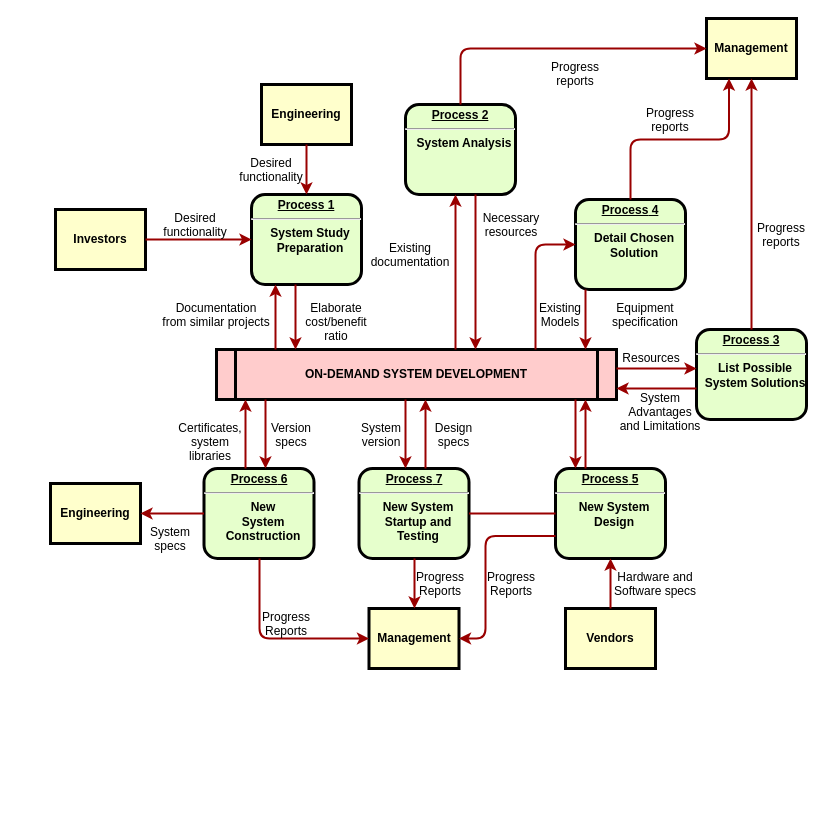
The draw.io diagram Untitled Diagram.drawio in phayo/zipper, before the edit. Source tidied: cells renumbered, new cells numbered last; positions are measured from the earlier drawing's top-left corner, leaving out a move shared by most shapes. Both pictures are drawn from the tidied source at 100%, with x=0, y=0 at pixel (50, 18).
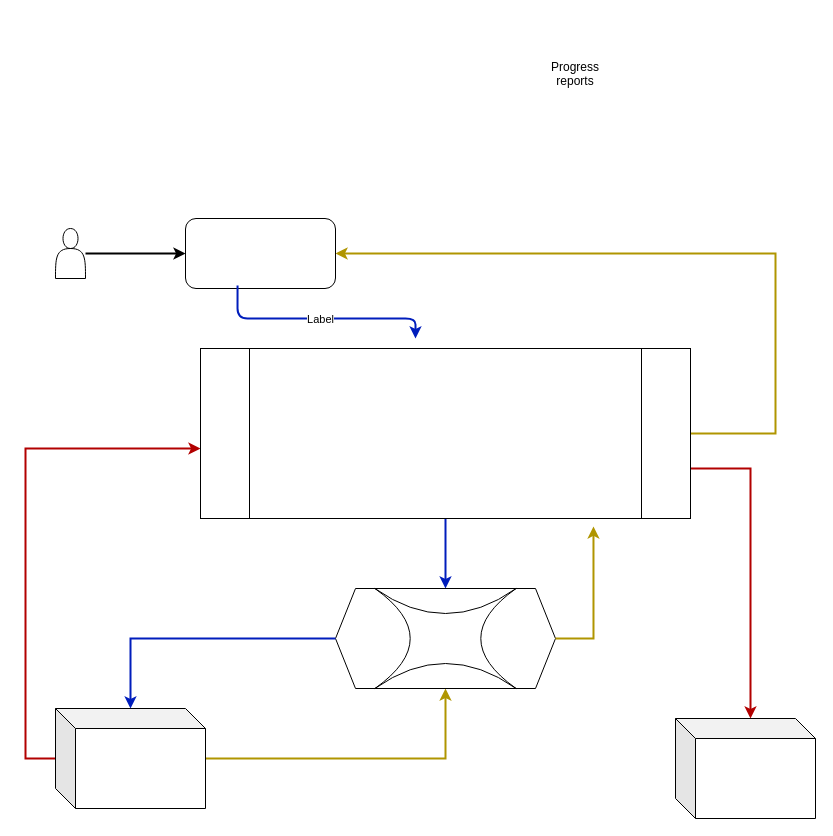
After the change.

Commit message:
Card Payment Proccess.drawio

The edit, as a diff of the source:
```diff
@@
-    <mxCell id="2" value="&lt;p style=&quot;margin: 0px; margin-top: 4px; text-align: center; text-decoration: underline;&quot;&gt;&lt;strong&gt;Process 1&lt;br /&gt;&lt;/strong&gt;&lt;/p&gt;&lt;hr /&gt;&lt;p style=&quot;margin: 0px; margin-left: 8px;&quot;&gt;System Study&lt;/p&gt;&lt;p style=&quot;margin: 0px; margin-left: 8px;&quot;&gt;Preparation&lt;/p&gt;" style="verticalAlign=middle;align=center;overflow=fill;fontSize=12;fontFamily=Helvetica;html=1;rounded=1;fontStyle=1;strokeWidth=3;fillColor=#E6FFCC;" parent="1" vertex="1">
-      <mxGeometry x="201" y="176" width="110" height="90" as="geometry" />
-    </mxCell>
-    <mxCell id="3" value="Engineering" style="whiteSpace=wrap;align=center;verticalAlign=middle;fontStyle=1;strokeWidth=3;fillColor=#FFFFCC;" parent="1" vertex="1">
-      <mxGeometry x="211" y="66" width="90" height="60" as="geometry" />
-    </mxCell>
-    <mxCell id="4" value="Investors" style="whiteSpace=wrap;align=center;verticalAlign=middle;fontStyle=1;strokeWidth=3;fillColor=#FFFFCC;" parent="1" vertex="1">
-      <mxGeometry x="5" y="191" width="90" height="60" as="geometry" />
-    </mxCell>
-    <mxCell id="5" value="ON-DEMAND SYSTEM DEVELOPMENT" style="shape=process;whiteSpace=wrap;align=center;verticalAlign=middle;size=0.0475;fontStyle=1;strokeWidth=3;fillColor=#FFCCCC;" parent="1" vertex="1">
-      <mxGeometry x="166" y="331" width="400" height="50" as="geometry" />
-    </mxCell>
-    <mxCell id="6" value="&lt;p style=&quot;margin: 0px; margin-top: 4px; text-align: center; text-decoration: underline;&quot;&gt;&lt;strong&gt;Process 2&lt;br /&gt;&lt;/strong&gt;&lt;/p&gt;&lt;hr /&gt;&lt;p style=&quot;margin: 0px; margin-left: 8px;&quot;&gt;System Analysis&lt;/p&gt;" style="verticalAlign=middle;align=center;overflow=fill;fontSize=12;fontFamily=Helvetica;html=1;rounded=1;fontStyle=1;strokeWidth=3;fillColor=#E6FFCC;" parent="1" vertex="1">
-      <mxGeometry x="355" y="86" width="110" height="90" as="geometry" />
-    </mxCell>
-    <mxCell id="7" value="&lt;p style=&quot;margin: 0px; margin-top: 4px; text-align: center; text-decoration: underline;&quot;&gt;&lt;strong&gt;&lt;strong&gt;Process&lt;/strong&gt; 3&lt;br /&gt;&lt;/strong&gt;&lt;/p&gt;&lt;hr /&gt;&lt;p style=&quot;margin: 0px; margin-left: 8px;&quot;&gt;List Possible&lt;/p&gt;&lt;p style=&quot;margin: 0px; margin-left: 8px;&quot;&gt;System Solutions&lt;/p&gt;" style="verticalAlign=middle;align=center;overflow=fill;fontSize=12;fontFamily=Helvetica;html=1;rounded=1;fontStyle=1;strokeWidth=3;fillColor=#E6FFCC;" parent="1" vertex="1">
-      <mxGeometry x="646" y="311" width="110" height="90" as="geometry" />
-    </mxCell>
-    <mxCell id="8" value="&lt;p style=&quot;margin: 0px; margin-top: 4px; text-align: center; text-decoration: underline;&quot;&gt;&lt;strong&gt;&lt;strong&gt;Process&lt;/strong&gt; 4&lt;br /&gt;&lt;/strong&gt;&lt;/p&gt;&lt;hr /&gt;&lt;p style=&quot;margin: 0px; margin-left: 8px;&quot;&gt;Detail Chosen&lt;/p&gt;&lt;p style=&quot;margin: 0px; margin-left: 8px;&quot;&gt;Solution&lt;/p&gt;" style="verticalAlign=middle;align=center;overflow=fill;fontSize=12;fontFamily=Helvetica;html=1;rounded=1;fontStyle=1;strokeWidth=3;fillColor=#E6FFCC;" parent="1" vertex="1">
-      <mxGeometry x="525" y="181" width="110" height="90" as="geometry" />
-    </mxCell>
-    <mxCell id="9" value="&lt;p style=&quot;margin: 0px; margin-top: 4px; text-align: center; text-decoration: underline;&quot;&gt;&lt;strong&gt;&lt;strong&gt;Process&lt;/strong&gt; 5&lt;br /&gt;&lt;/strong&gt;&lt;/p&gt;&lt;hr /&gt;&lt;p style=&quot;margin: 0px; margin-left: 8px;&quot;&gt;New System&lt;/p&gt;&lt;p style=&quot;margin: 0px; margin-left: 8px;&quot;&gt;Design&lt;/p&gt;" style="verticalAlign=middle;align=center;overflow=fill;fontSize=12;fontFamily=Helvetica;html=1;rounded=1;fontStyle=1;strokeWidth=3;fillColor=#E6FFCC;" parent="1" vertex="1">
-      <mxGeometry x="505" y="450" width="110" height="90" as="geometry" />
-    </mxCell>
-    <mxCell id="10" value="&lt;p style=&quot;margin: 0px; margin-top: 4px; text-align: center; text-decoration: underline;&quot;&gt;&lt;strong&gt;&lt;strong&gt;Process&lt;/strong&gt; 6&lt;br /&gt;&lt;/strong&gt;&lt;/p&gt;&lt;hr /&gt;&lt;p style=&quot;margin: 0px; margin-left: 8px;&quot;&gt;New&lt;/p&gt;&lt;p style=&quot;margin: 0px; margin-left: 8px;&quot;&gt;System&lt;/p&gt;&lt;p style=&quot;margin: 0px; margin-left: 8px;&quot;&gt;Construction&lt;/p&gt;" style="verticalAlign=middle;align=center;overflow=fill;fontSize=12;fontFamily=Helvetica;html=1;rounded=1;fontStyle=1;strokeWidth=3;fillColor=#E6FFCC;" parent="1" vertex="1">
-      <mxGeometry x="153.5" y="450" width="110" height="90" as="geometry" />
-    </mxCell>
-    <mxCell id="11" value="Management" style="whiteSpace=wrap;align=center;verticalAlign=middle;fontStyle=1;strokeWidth=3;fillColor=#FFFFCC;" parent="1" vertex="1">
-      <mxGeometry x="656" width="90" height="60" as="geometry" />
-    </mxCell>
-    <mxCell id="12" value="Management" style="whiteSpace=wrap;align=center;verticalAlign=middle;fontStyle=1;strokeWidth=3;fillColor=#FFFFCC;" parent="1" vertex="1">
-      <mxGeometry x="318.5" y="590" width="90" height="60" as="geometry" />
-    </mxCell>
-    <mxCell id="13" value="Engineering" style="whiteSpace=wrap;align=center;verticalAlign=middle;fontStyle=1;strokeWidth=3;fillColor=#FFFFCC;" parent="1" vertex="1">
-      <mxGeometry y="465" width="90" height="60" as="geometry" />
-    </mxCell>
-    <mxCell id="14" value="Vendors" style="whiteSpace=wrap;align=center;verticalAlign=middle;fontStyle=1;strokeWidth=3;fillColor=#FFFFCC;" parent="1" vertex="1">
-      <mxGeometry x="515" y="590" width="90" height="60" as="geometry" />
-    </mxCell>
-    <mxCell id="15" style="edgeStyle=none;noEdgeStyle=1;strokeColor=#990000;strokeWidth=2;" parent="1" edge="1" source="3" target="2">
-      <mxGeometry relative="1" as="geometry" />
-    </mxCell>
-    <mxCell id="16" style="edgeStyle=none;noEdgeStyle=1;strokeColor=#990000;strokeWidth=2;" parent="1" edge="1" source="4" target="2">
-      <mxGeometry relative="1" as="geometry" />
-    </mxCell>
-    <mxCell id="17" value="&lt;p style=&quot;margin: 0px; margin-top: 4px; text-align: center; text-decoration: underline;&quot;&gt;&lt;strong&gt;&lt;strong&gt;Process&lt;/strong&gt; 7&lt;br /&gt;&lt;/strong&gt;&lt;/p&gt;&lt;hr /&gt;&lt;p style=&quot;margin: 0px; margin-left: 8px;&quot;&gt;New System&lt;/p&gt;&lt;p style=&quot;margin: 0px; margin-left: 8px;&quot;&gt;Startup and&lt;/p&gt;&lt;p style=&quot;margin: 0px; margin-left: 8px;&quot;&gt;Testing&lt;/p&gt;" style="verticalAlign=middle;align=center;overflow=fill;fontSize=12;fontFamily=Helvetica;html=1;rounded=1;fontStyle=1;strokeWidth=3;fillColor=#E6FFCC;" parent="1" vertex="1">
-      <mxGeometry x="308.5" y="450" width="110" height="90" as="geometry" />
-    </mxCell>
-    <mxCell id="18" style="endArrow=none;noEdgeStyle=1;strokeColor=#990000;strokeWidth=2;" parent="1" edge="1" source="9" target="17">
-      <mxGeometry relative="1" as="geometry" />
-    </mxCell>
-    <mxCell id="19" value="Desired &#10;functionality" style="text;spacingTop=-5;align=center;" parent="1" vertex="1">
-      <mxGeometry x="130" y="191" width="30" height="20" as="geometry" />
-    </mxCell>
-    <mxCell id="20" value="Desired &#10;functionality" style="text;spacingTop=-5;align=center;" parent="1" vertex="1">
-      <mxGeometry x="206" y="136" width="30" height="20" as="geometry" />
-    </mxCell>
-    <mxCell id="21" value="Documentation&#10;from similar projects" style="text;spacingTop=-5;align=center;" parent="1" vertex="1">
-      <mxGeometry x="151" y="281" width="30" height="20" as="geometry" />
-    </mxCell>
-    <mxCell id="22" style="edgeStyle=elbowEdgeStyle;elbow=horizontal;strokeColor=#990000;strokeWidth=2;" parent="1" edge="1" source="5" target="2">
-      <mxGeometry relative="1" as="geometry">
-        <Array as="points">
-          <mxPoint x="225" y="310" />
-        </Array>
-      </mxGeometry>
-    </mxCell>
-    <mxCell id="23" style="edgeStyle=elbowEdgeStyle;elbow=horizontal;strokeColor=#990000;strokeWidth=2;" parent="1" edge="1" source="2" target="5">
-      <mxGeometry relative="1" as="geometry">
-        <Array as="points">
-          <mxPoint x="245" y="300" />
-        </Array>
-      </mxGeometry>
-    </mxCell>
-    <mxCell id="24" value="Elaborate&#10;cost/benefit&#10;ratio" style="text;spacingTop=-5;align=center;" parent="1" vertex="1">
-      <mxGeometry x="271" y="281" width="30" height="20" as="geometry" />
-    </mxCell>
-    <mxCell id="25" style="edgeStyle=elbowEdgeStyle;elbow=horizontal;strokeColor=#990000;strokeWidth=2;" parent="1" edge="1" source="5" target="6">
-      <mxGeometry relative="1" as="geometry">
-        <Array as="points">
-          <mxPoint x="405" y="250" />
-        </Array>
-      </mxGeometry>
-    </mxCell>
-    <mxCell id="26" style="edgeStyle=elbowEdgeStyle;elbow=horizontal;strokeColor=#990000;strokeWidth=2;" parent="1" edge="1" source="6" target="5">
-      <mxGeometry relative="1" as="geometry">
-        <Array as="points">
-          <mxPoint x="425" y="260" />
-        </Array>
-      </mxGeometry>
-    </mxCell>
-    <mxCell id="27" value="Existing&#10;documentation" style="text;spacingTop=-5;align=center;" parent="1" vertex="1">
-      <mxGeometry x="345" y="221" width="30" height="20" as="geometry" />
-    </mxCell>
-    <mxCell id="28" value="Necessary&#10;resources" style="text;spacingTop=-5;align=center;" parent="1" vertex="1">
-      <mxGeometry x="446" y="191" width="30" height="20" as="geometry" />
-    </mxCell>
@@
-    <mxCell id="30" value="Progress&#10;reports" style="text;spacingTop=-5;align=center;" parent="1" vertex="1">
-      <mxGeometry x="605" y="86" width="30" height="20" as="geometry" />
-    </mxCell>
-    <mxCell id="31" value="Progress&#10;reports" style="text;spacingTop=-5;align=center;" parent="1" vertex="1">
-      <mxGeometry x="716" y="201" width="30" height="20" as="geometry" />
-    </mxCell>
-    <mxCell id="32" style="edgeStyle=elbowEdgeStyle;elbow=horizontal;strokeColor=#990000;strokeWidth=2;" parent="1" edge="1" source="6" target="11">
-      <mxGeometry relative="1" as="geometry">
-        <Array as="points">
-          <mxPoint x="410" y="80" />
-        </Array>
-      </mxGeometry>
-    </mxCell>
-    <mxCell id="33" style="edgeStyle=elbowEdgeStyle;elbow=vertical;entryX=0.25;entryY=1;strokeColor=#990000;strokeWidth=2;" parent="1" edge="1" source="8" target="11">
-      <mxGeometry relative="1" as="geometry" />
-    </mxCell>
-    <mxCell id="34" style="edgeStyle=elbowEdgeStyle;elbow=horizontal;strokeColor=#990000;strokeWidth=2;" parent="1" edge="1" source="7" target="11">
-      <mxGeometry relative="1" as="geometry" />
-    </mxCell>
-    <mxCell id="35" style="edgeStyle=elbowEdgeStyle;elbow=horizontal;strokeColor=#990000;strokeWidth=2;" parent="1" edge="1" source="8" target="5">
-      <mxGeometry relative="1" as="geometry">
-        <Array as="points">
-          <mxPoint x="535" y="300" />
-        </Array>
-      </mxGeometry>
-    </mxCell>
-    <mxCell id="36" style="edgeStyle=segmentEdgeStyle;strokeColor=#990000;strokeWidth=2;" parent="1" edge="1" source="5" target="8">
-      <mxGeometry relative="1" as="geometry">
-        <Array as="points">
-          <mxPoint x="485" y="226" />
-        </Array>
-      </mxGeometry>
-    </mxCell>
-    <mxCell id="37" value="Existing&#10;Models" style="text;spacingTop=-5;align=center;" parent="1" vertex="1">
-      <mxGeometry x="495" y="281" width="30" height="20" as="geometry" />
-    </mxCell>
-    <mxCell id="38" value="Equipment&#10;specification" style="text;spacingTop=-5;align=center;" parent="1" vertex="1">
-      <mxGeometry x="580" y="281" width="30" height="20" as="geometry" />
-    </mxCell>
-    <mxCell id="39" style="edgeStyle=elbowEdgeStyle;elbow=vertical;strokeColor=#990000;strokeWidth=2;" parent="1" edge="1" source="5" target="7">
-      <mxGeometry relative="1" as="geometry">
-        <Array as="points">
-          <mxPoint x="615" y="350" />
-        </Array>
-      </mxGeometry>
-    </mxCell>
-    <mxCell id="40" style="edgeStyle=elbowEdgeStyle;elbow=vertical;strokeColor=#990000;strokeWidth=2;" parent="1" edge="1" source="7" target="5">
-      <mxGeometry relative="1" as="geometry">
-        <Array as="points">
-          <mxPoint x="615" y="370" />
-        </Array>
-      </mxGeometry>
-    </mxCell>
-    <mxCell id="41" value="Resources" style="text;spacingTop=-5;align=center;" parent="1" vertex="1">
-      <mxGeometry x="586" y="331" width="30" height="20" as="geometry" />
-    </mxCell>
-    <mxCell id="42" value="System &#10;Advantages &#10;and Limitations" style="text;spacingTop=-5;align=center;" parent="1" vertex="1">
-      <mxGeometry x="595" y="371" width="30" height="20" as="geometry" />
-    </mxCell>
-    <mxCell id="43" style="edgeStyle=elbowEdgeStyle;elbow=horizontal;strokeColor=#990000;strokeWidth=2;" parent="1" edge="1" source="9" target="5">
-      <mxGeometry relative="1" as="geometry">
-        <Array as="points">
-          <mxPoint x="535" y="410" />
-        </Array>
-      </mxGeometry>
-    </mxCell>
-    <mxCell id="44" style="edgeStyle=elbowEdgeStyle;elbow=horizontal;strokeColor=#990000;strokeWidth=2;" parent="1" edge="1" source="5" target="9">
-      <mxGeometry relative="1" as="geometry">
-        <Array as="points">
-          <mxPoint x="525" y="420" />
-        </Array>
-      </mxGeometry>
-    </mxCell>
-    <mxCell id="45" style="edgeStyle=elbowEdgeStyle;elbow=horizontal;strokeColor=#990000;strokeWidth=2;" parent="1" edge="1" source="14" target="9">
-      <mxGeometry relative="1" as="geometry" />
-    </mxCell>
-    <mxCell id="46" value="Hardware and&#10;Software specs" style="text;spacingTop=-5;align=center;" parent="1" vertex="1">
-      <mxGeometry x="590" y="550" width="30" height="20" as="geometry" />
-    </mxCell>
-    <mxCell id="47" style="edgeStyle=elbowEdgeStyle;elbow=horizontal;exitX=0;exitY=0.75;strokeColor=#990000;strokeWidth=2;" parent="1" edge="1" source="9" target="12">
-      <mxGeometry relative="1" as="geometry">
-        <Array as="points">
-          <mxPoint x="435" y="570" />
-        </Array>
-      </mxGeometry>
-    </mxCell>
-    <mxCell id="48" value="Progress&#10;Reports" style="text;spacingTop=-5;align=center;" parent="1" vertex="1">
-      <mxGeometry x="446" y="550" width="30" height="20" as="geometry" />
-    </mxCell>
-    <mxCell id="49" style="edgeStyle=elbowEdgeStyle;elbow=horizontal;strokeColor=#990000;strokeWidth=2;" parent="1" edge="1" source="17" target="12">
-      <mxGeometry relative="1" as="geometry" />
-    </mxCell>
-    <mxCell id="50" value="Progress&#10;Reports" style="text;spacingTop=-5;align=center;" parent="1" vertex="1">
-      <mxGeometry x="375" y="550" width="30" height="20" as="geometry" />
-    </mxCell>
-    <mxCell id="51" style="edgeStyle=elbowEdgeStyle;elbow=horizontal;strokeColor=#990000;strokeWidth=2;" parent="1" edge="1" source="10" target="12">
-      <mxGeometry relative="1" as="geometry">
-        <Array as="points">
-          <mxPoint x="209" y="570" />
-        </Array>
-      </mxGeometry>
-    </mxCell>
-    <mxCell id="52" value="Progress&#10;Reports" style="text;spacingTop=-5;align=center;" parent="1" vertex="1">
-      <mxGeometry x="221" y="590" width="30" height="20" as="geometry" />
-    </mxCell>
-    <mxCell id="53" style="edgeStyle=elbowEdgeStyle;elbow=vertical;strokeColor=#990000;strokeWidth=2;" parent="1" edge="1" source="10" target="13">
-      <mxGeometry relative="1" as="geometry" />
-    </mxCell>
-    <mxCell id="54" style="edgeStyle=elbowEdgeStyle;elbow=horizontal;strokeColor=#990000;strokeWidth=2;" parent="1" edge="1" source="5" target="17">
-      <mxGeometry relative="1" as="geometry">
-        <Array as="points">
-          <mxPoint x="355" y="410" />
-        </Array>
-      </mxGeometry>
-    </mxCell>
-    <mxCell id="55" style="edgeStyle=elbowEdgeStyle;elbow=horizontal;strokeColor=#990000;strokeWidth=2;" parent="1" edge="1" source="17" target="5">
-      <mxGeometry relative="1" as="geometry">
-        <Array as="points">
-          <mxPoint x="375" y="410" />
-        </Array>
-      </mxGeometry>
-    </mxCell>
-    <mxCell id="56" value="Version&#10;specs" style="text;spacingTop=-5;align=center;" parent="1" vertex="1">
-      <mxGeometry x="226" y="401" width="30" height="20" as="geometry" />
-    </mxCell>
-    <mxCell id="57" value="Certificates,&#10;system&#10;libraries" style="text;spacingTop=-5;align=center;" parent="1" vertex="1">
-      <mxGeometry x="145" y="401" width="30" height="20" as="geometry" />
-    </mxCell>
-    <mxCell id="58" style="edgeStyle=elbowEdgeStyle;elbow=horizontal;strokeColor=#990000;strokeWidth=2;" parent="1" edge="1" source="5" target="10">
-      <mxGeometry relative="1" as="geometry">
-        <Array as="points">
-          <mxPoint x="215" y="410" />
-        </Array>
-      </mxGeometry>
-    </mxCell>
-    <mxCell id="59" style="edgeStyle=elbowEdgeStyle;elbow=horizontal;strokeColor=#990000;strokeWidth=2;" parent="1" edge="1" source="10" target="5">
-      <mxGeometry relative="1" as="geometry">
-        <Array as="points">
-          <mxPoint x="195" y="410" />
-        </Array>
-      </mxGeometry>
-    </mxCell>
-    <mxCell id="60" value="System&#10;specs" style="text;spacingTop=-5;align=center;" parent="1" vertex="1">
-      <mxGeometry x="105" y="505" width="30" height="20" as="geometry" />
-    </mxCell>
-    <mxCell id="61" value="Design&#10;specs" style="text;spacingTop=-5;align=center;" parent="1" vertex="1">
-      <mxGeometry x="388.5" y="401" width="30" height="20" as="geometry" />
-    </mxCell>
-    <mxCell id="62" value="System&#10;version" style="text;spacingTop=-5;align=center;" parent="1" vertex="1">
-      <mxGeometry x="316" y="401" width="30" height="20" as="geometry" />
-    </mxCell>
+    <mxCell id="63" style="edgeStyle=orthogonalEdgeStyle;rounded=0;jettySize=auto;html=1;strokeWidth=2;" parent="1" edge="1" source="64" target="73">
+      <mxGeometry relative="1" as="geometry" />
+    </mxCell>
+    <mxCell id="64" style="shape=actor;whiteSpace=wrap;html=1;" parent="1" vertex="1">
+      <mxGeometry x="5" y="210" width="30" height="50" as="geometry" />
+    </mxCell>
+    <mxCell id="65" style="edgeStyle=orthogonalEdgeStyle;rounded=0;jettySize=auto;html=1;fillColor=#e3c800;strokeColor=#B09500;strokeWidth=2;" parent="1" edge="1" source="67" target="75">
+      <mxGeometry relative="1" as="geometry" />
+    </mxCell>
+    <mxCell id="66" style="edgeStyle=orthogonalEdgeStyle;rounded=0;jettySize=auto;html=1;fillColor=#e51400;strokeColor=#B20000;strokeWidth=2;" parent="1" edge="1" source="67" target="72">
+      <mxGeometry relative="1" as="geometry">
+        <Array as="points">
+          <mxPoint x="-25" y="740" />
+          <mxPoint x="-25" y="430" />
+        </Array>
+      </mxGeometry>
+    </mxCell>
+    <mxCell id="67" style="shape=cube;whiteSpace=wrap;html=1;boundedLbl=1;backgroundOutline=1;darkOpacity=0.05;darkOpacity2=0.1;" parent="1" vertex="1">
+      <mxGeometry x="5" y="690" width="150" height="100" as="geometry" />
+    </mxCell>
+    <mxCell id="68" style="shape=cube;whiteSpace=wrap;html=1;boundedLbl=1;backgroundOutline=1;darkOpacity=0.05;darkOpacity2=0.1;" parent="1" vertex="1">
+      <mxGeometry x="625" y="700" width="140" height="100" as="geometry" />
+    </mxCell>
+    <mxCell id="69" style="edgeStyle=orthogonalEdgeStyle;rounded=0;jettySize=auto;html=1;entryX=0.5;entryY=0;entryDx=0;entryDy=0;fillColor=#0050ef;strokeColor=#001DBC;strokeWidth=2;" parent="1" edge="1" source="72" target="75">
+      <mxGeometry relative="1" as="geometry" />
+    </mxCell>
+    <mxCell id="70" style="edgeStyle=orthogonalEdgeStyle;rounded=0;jettySize=auto;html=1;entryX=1;entryY=0.5;entryDx=0;entryDy=0;fillColor=#e3c800;strokeColor=#B09500;strokeWidth=2;" parent="1" edge="1" source="72" target="73">
+      <mxGeometry relative="1" as="geometry">
+        <Array as="points">
+          <mxPoint x="725" y="415" />
+          <mxPoint x="725" y="235" />
+        </Array>
+      </mxGeometry>
+    </mxCell>
+    <mxCell id="71" style="edgeStyle=orthogonalEdgeStyle;rounded=0;jettySize=auto;html=1;fillColor=#e51400;strokeColor=#B20000;strokeWidth=2;" parent="1" edge="1" source="72" target="68">
+      <mxGeometry relative="1" as="geometry">
+        <Array as="points">
+          <mxPoint x="700" y="450" />
+        </Array>
+      </mxGeometry>
+    </mxCell>
+    <mxCell id="72" style="shape=process;whiteSpace=wrap;html=1;backgroundOutline=1;" parent="1" vertex="1">
+      <mxGeometry x="150" y="330" width="490" height="170" as="geometry" />
+    </mxCell>
+    <mxCell id="73" style="rounded=1;whiteSpace=wrap;html=1;" parent="1" vertex="1">
+      <mxGeometry x="135" y="200" width="150" height="70" as="geometry" />
+    </mxCell>
+    <mxCell id="74" style="group;" parent="1" vertex="1">
+      <mxGeometry x="285" y="570" width="220" height="100" as="geometry" />
+    </mxCell>
+    <mxCell id="75" style="shape=hexagon;perimeter=hexagonPerimeter2;whiteSpace=wrap;html=1;fixedSize=1;" parent="74" vertex="1">
+      <mxGeometry width="220" height="100" as="geometry" />
+    </mxCell>
+    <mxCell id="76" style="shape=switch;whiteSpace=wrap;html=1;" parent="74" vertex="1">
+      <mxGeometry x="39.4" width="141.2" height="100" as="geometry" />
+    </mxCell>
+    <mxCell id="77" style="edgeStyle=orthogonalEdgeStyle;rounded=0;jettySize=auto;html=1;fillColor=#0050ef;strokeColor=#001DBC;strokeWidth=2;" parent="1" edge="1" source="75" target="67">
+      <mxGeometry relative="1" as="geometry" />
+    </mxCell>
+    <mxCell id="78" style="edgeStyle=orthogonalEdgeStyle;rounded=0;jettySize=auto;html=1;entryX=0.802;entryY=1.047;entryDx=0;entryDy=0;entryPerimeter=0;fillColor=#e3c800;strokeColor=#B09500;strokeWidth=2;" parent="1" edge="1" source="75" target="72">
+      <mxGeometry relative="1" as="geometry">
+        <Array as="points">
+          <mxPoint x="543" y="620" />
+        </Array>
+      </mxGeometry>
+    </mxCell>
+    <mxCell id="79" style="endArrow=classic;html=1;fillColor=#0050ef;exitX=0.347;exitY=0.957;exitDx=0;exitDy=0;exitPerimeter=0;strokeColor=#001DBC;strokeWidth=2;" parent="1" edge="1" source="73">
+      <mxGeometry relative="1" as="geometry">
+        <mxPoint x="365" y="320" as="targetPoint" />
+        <Array as="points">
+          <mxPoint x="187" y="300" />
+          <mxPoint x="365" y="300" />
+        </Array>
+      </mxGeometry>
+    </mxCell>
+    <mxCell id="80" value="Label" style="edgeLabel;html=1;align=center;verticalAlign=middle;" parent="79" vertex="1">
+      <mxGeometry relative="1" as="geometry" />
+    </mxCell>
```
